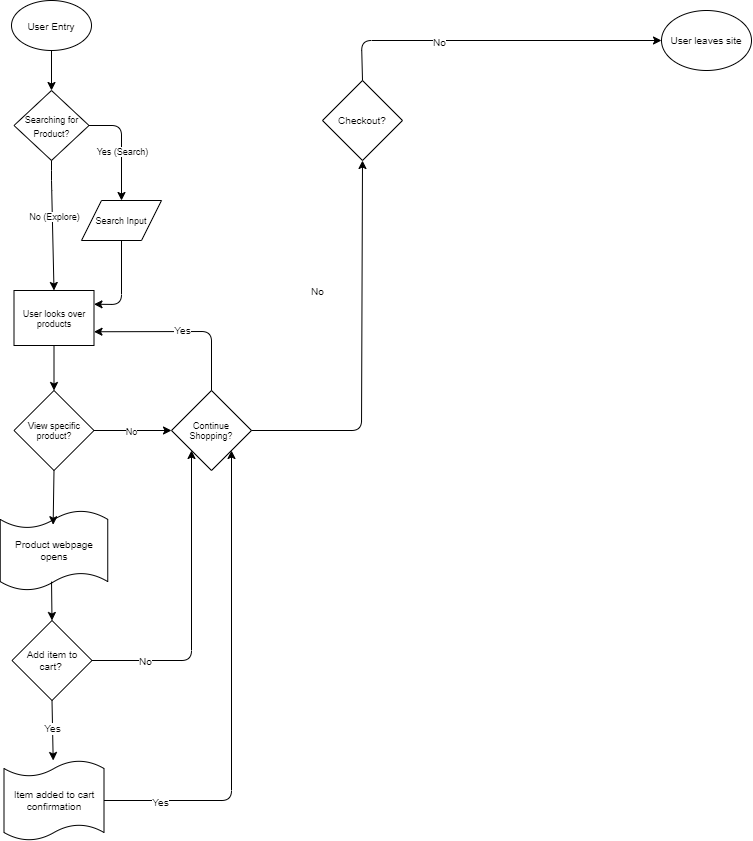
Earlier version of the draw.io export explore/diagramming/diagram.drawio.png (AAP127/sp23-cse110-lab4). Source tidied: cells renumbered, new cells last; positions are measured from the earlier drawing's top-left corner, leaving out a move shared by most shapes.
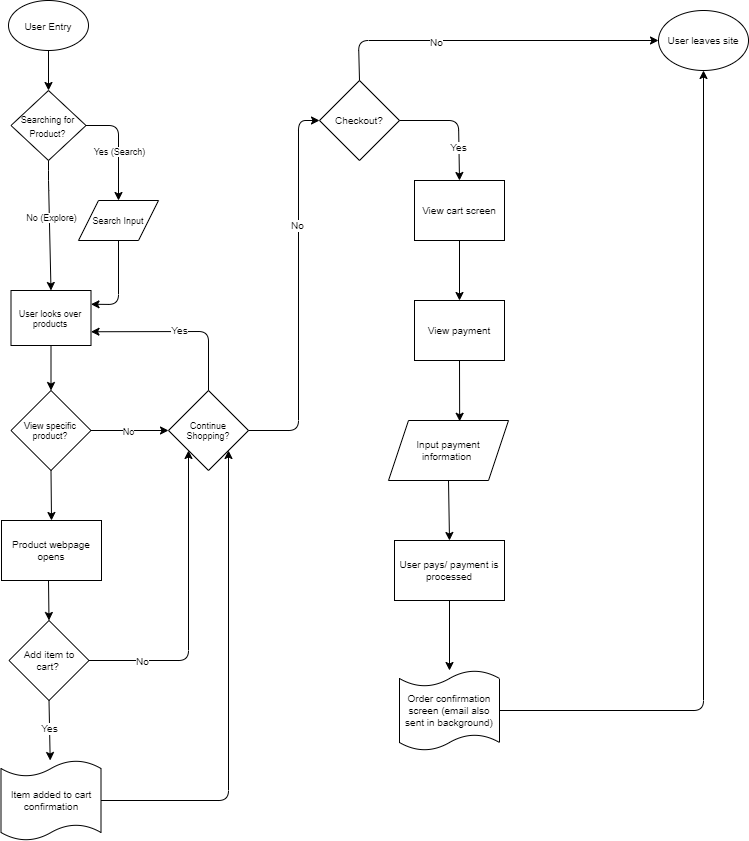
After the commit.

Commit message:
Draft finish of diagram

Diff of the diagram source:
```diff
@@ -67,17 +67,16 @@
         <mxPoint x="-31" y="-1" as="offset" />
       </mxGeometry>
     </mxCell>
-    <mxCell id="17" value="Product webpage opens" style="shape=tape;whiteSpace=wrap;html=1;fontSize=10;size=0.2222222222222222;" parent="1" vertex="1">
-      <mxGeometry x="-0.2" y="510" width="107.5" height="80" as="geometry" />
-    </mxCell>
-    <mxCell id="18" style="endArrow=classic;html=1;fontSize=10;exitX=0.5;exitY=1;exitDx=0;exitDy=0;entryX=0.492;entryY=0.178;entryDx=0;entryDy=0;entryPerimeter=0;" parent="1" edge="1" source="13" target="17">
+    <mxCell id="18" style="endArrow=classic;html=1;fontSize=10;exitX=0.5;exitY=1;exitDx=0;exitDy=0;entryX=0.5;entryY=0;entryDx=0;entryDy=0;" parent="1" edge="1" source="13" target="17">
       <mxGeometry relative="1" as="geometry" />
     </mxCell>
     <mxCell id="19" value="Add item to cart?&amp;nbsp;" style="rhombus;whiteSpace=wrap;html=1;fontSize=10;" parent="1" vertex="1">
       <mxGeometry x="11.5" y="620" width="80" height="80" as="geometry" />
     </mxCell>
-    <mxCell id="20" style="endArrow=classic;html=1;fontSize=10;exitX=0.477;exitY=0.889;exitDx=0;exitDy=0;exitPerimeter=0;entryX=0.5;entryY=0;entryDx=0;entryDy=0;" parent="1" edge="1" source="17" target="19">
-      <mxGeometry relative="1" as="geometry" />
+    <mxCell id="20" style="endArrow=classic;html=1;fontSize=10;entryX=0.5;entryY=0;entryDx=0;entryDy=0;" parent="1" edge="1" target="19">
+      <mxGeometry relative="1" as="geometry">
+        <mxPoint x="51" y="580" as="sourcePoint" />
+      </mxGeometry>
     </mxCell>
     <mxCell id="21" value="Item added to cart confirmation" style="shape=tape;whiteSpace=wrap;html=1;fontSize=10;size=0.2;" parent="1" vertex="1">
       <mxGeometry x="3.5" y="760" width="100" height="80" as="geometry" />
@@ -107,11 +106,6 @@
         </Array>
       </mxGeometry>
     </mxCell>
-    <mxCell id="27" value="Yes" style="edgeLabel;html=1;align=center;verticalAlign=middle;fontSize=10;" parent="26" vertex="1">
-      <mxGeometry x="-0.56" y="-2" relative="1" as="geometry">
-        <mxPoint x="-49" y="-1" as="offset" />
-      </mxGeometry>
-    </mxCell>
     <mxCell id="28" style="endArrow=classic;html=1;fontSize=10;exitX=0.5;exitY=0;exitDx=0;exitDy=0;entryX=1;entryY=0.75;entryDx=0;entryDy=0;" parent="1" edge="1" source="14" target="9">
       <mxGeometry relative="1" as="geometry">
         <Array as="points">
@@ -122,17 +116,16 @@
     <mxCell id="29" value="Yes" style="edgeLabel;html=1;align=center;verticalAlign=middle;fontSize=10;" parent="28" vertex="1">
       <mxGeometry y="-2" relative="1" as="geometry" />
     </mxCell>
-    <mxCell id="30" style="endArrow=classic;html=1;fontSize=10;exitX=1;exitY=0.5;exitDx=0;exitDy=0;entryX=0.5;entryY=1;entryDx=0;entryDy=0;entryPerimeter=0;" parent="1" edge="1" source="14" target="32">
+    <mxCell id="30" style="endArrow=classic;html=1;fontSize=10;exitX=1;exitY=0.5;exitDx=0;exitDy=0;entryX=0;entryY=0.5;entryDx=0;entryDy=0;" parent="1" edge="1" source="14" target="32">
       <mxGeometry relative="1" as="geometry">
         <Array as="points">
-          <mxPoint x="361" y="430" />
+          <mxPoint x="301" y="430" />
+          <mxPoint x="301" y="120" />
         </Array>
       </mxGeometry>
     </mxCell>
     <mxCell id="31" value="No" style="edgeLabel;html=1;align=center;verticalAlign=middle;fontSize=10;" parent="30" vertex="1">
-      <mxGeometry x="-0.74" relative="1" as="geometry">
-        <mxPoint x="16" y="-140" as="offset" />
-      </mxGeometry>
+      <mxGeometry x="0.34" y="2" relative="1" as="geometry" />
     </mxCell>
     <mxCell id="32" value="Checkout?" style="rhombus;whiteSpace=wrap;html=1;fontSize=10;" parent="1" vertex="1">
       <mxGeometry x="322" y="80" width="80" height="80" as="geometry" />
@@ -150,5 +143,54 @@
     <mxCell id="35" value="No" style="edgeLabel;html=1;align=center;verticalAlign=middle;fontSize=10;" parent="34" vertex="1">
       <mxGeometry x="-0.31" y="-1" relative="1" as="geometry" />
     </mxCell>
+    <mxCell id="17" value="Product webpage opens" style="rounded=0;whiteSpace=wrap;html=1;fontSize=10;" parent="1" vertex="1">
+      <mxGeometry x="4" y="520" width="100" height="60" as="geometry" />
+    </mxCell>
+    <mxCell id="36" value="View cart screen" style="rounded=0;whiteSpace=wrap;html=1;fontSize=10;" parent="1" vertex="1">
+      <mxGeometry x="417" y="180" width="90" height="60" as="geometry" />
+    </mxCell>
+    <mxCell id="37" style="endArrow=classic;html=1;fontSize=10;exitX=1;exitY=0.5;exitDx=0;exitDy=0;entryX=0.5;entryY=0;entryDx=0;entryDy=0;" parent="1" edge="1" source="32" target="36">
+      <mxGeometry relative="1" as="geometry">
+        <Array as="points">
+          <mxPoint x="461" y="120" />
+        </Array>
+      </mxGeometry>
+    </mxCell>
+    <mxCell id="27" value="Yes" style="edgeLabel;html=1;align=center;verticalAlign=middle;fontSize=10;" parent="37" vertex="1">
+      <mxGeometry x="0.21" y="-1" relative="1" as="geometry">
+        <mxPoint y="14" as="offset" />
+      </mxGeometry>
+    </mxCell>
+    <mxCell id="38" style="edgeStyle=none;html=1;exitX=0.5;exitY=1;exitDx=0;exitDy=0;entryX=0.593;entryY=0.013;entryDx=0;entryDy=0;entryPerimeter=0;fontSize=10;" parent="1" edge="1" source="39" target="42">
+      <mxGeometry relative="1" as="geometry" />
+    </mxCell>
+    <mxCell id="39" value="View payment" style="rounded=0;whiteSpace=wrap;html=1;fontSize=10;" parent="1" vertex="1">
+      <mxGeometry x="417" y="300" width="90" height="60" as="geometry" />
+    </mxCell>
+    <mxCell id="40" style="endArrow=classic;html=1;fontSize=10;exitX=0.5;exitY=1;exitDx=0;exitDy=0;entryX=0.5;entryY=0;entryDx=0;entryDy=0;" parent="1" edge="1" source="36" target="39">
+      <mxGeometry relative="1" as="geometry" />
+    </mxCell>
+    <mxCell id="41" style="edgeStyle=none;html=1;exitX=0.5;exitY=1;exitDx=0;exitDy=0;entryX=0.5;entryY=0;entryDx=0;entryDy=0;fontSize=10;" parent="1" edge="1" source="42" target="43">
+      <mxGeometry relative="1" as="geometry" />
+    </mxCell>
+    <mxCell id="42" value="Input payment information&amp;nbsp;" style="shape=parallelogram;perimeter=parallelogramPerimeter;whiteSpace=wrap;html=1;fixedSize=1;fontSize=10;" parent="1" vertex="1">
+      <mxGeometry x="391" y="420" width="120" height="60" as="geometry" />
+    </mxCell>
+    <mxCell id="43" value="User pays/ payment is processed" style="rounded=0;whiteSpace=wrap;html=1;fontSize=10;" parent="1" vertex="1">
+      <mxGeometry x="397" y="540" width="110" height="60" as="geometry" />
+    </mxCell>
+    <mxCell id="44" value="Order confirmation screen (email also sent in background)" style="shape=tape;whiteSpace=wrap;html=1;fontSize=10;size=0.2;" parent="1" vertex="1">
+      <mxGeometry x="402" y="670" width="100" height="80" as="geometry" />
+    </mxCell>
+    <mxCell id="45" style="endArrow=classic;html=1;fontSize=10;exitX=0.5;exitY=1;exitDx=0;exitDy=0;" parent="1" edge="1" source="43" target="44">
+      <mxGeometry relative="1" as="geometry" />
+    </mxCell>
+    <mxCell id="46" style="endArrow=classic;html=1;fontSize=10;exitX=1;exitY=0.5;exitDx=0;exitDy=0;exitPerimeter=0;entryX=0.5;entryY=1;entryDx=0;entryDy=0;" parent="1" edge="1" source="44" target="33">
+      <mxGeometry relative="1" as="geometry">
+        <Array as="points">
+          <mxPoint x="706" y="710" />
+        </Array>
+      </mxGeometry>
+    </mxCell>
   </root>
 </mxGraphModel>
```
